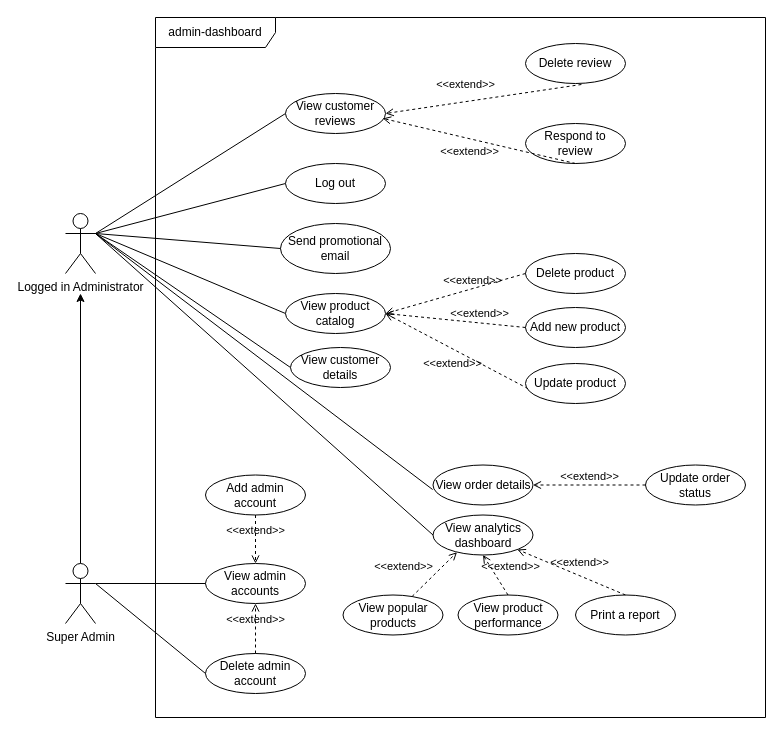
The draw.io diagram page "admin-dashboard" (2 of 2) of resources/diagrams/use-case.dio in steamysips/steamy-sips, before the edit. Source tidied: cells renumbered, new cells numbered last; positions are measured from the earlier drawing's top-left corner, leaving out a move shared by most shapes. Both pictures are drawn from the tidied source at 100%, with x=0, y=0 at pixel (65, 17).
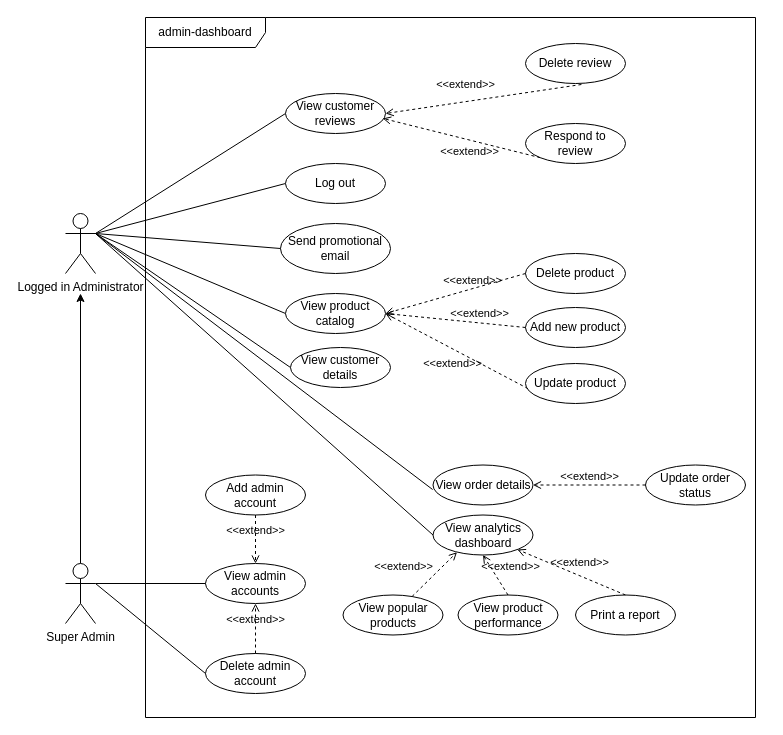
The same page after the edit.

The change refers to these unchanged cells:
```xml
<mxCell id="10" value="View customer reviews" style="ellipse;whiteSpace=wrap;html=1;align=center;" parent="1" vertex="1">
  <mxGeometry x="220" y="76" width="100" height="40" as="geometry" />
</mxCell>
<mxCell id="26" value="Respond to review" style="ellipse;whiteSpace=wrap;html=1;align=center;" parent="1" vertex="1">
  <mxGeometry x="460" y="106" width="100" height="40" as="geometry" />
</mxCell>
```

What changed in the source:
```diff
@@
     <mxCell id="9" value="admin-dashboard" style="shape=umlFrame;whiteSpace=wrap;html=1;width=120;height=30;" parent="1" vertex="1">
-      <mxGeometry x="90" width="610" height="700" as="geometry" />
+      <mxGeometry x="80" width="610" height="700" as="geometry" />
     </mxCell>
@@
-    <mxCell id="27" value="&amp;lt;&amp;lt;extend&amp;gt;&amp;gt;" style="html=1;verticalAlign=bottom;labelBackgroundColor=none;endArrow=open;endFill=0;dashed=1;exitX=0.5;exitY=1;exitDx=0;exitDy=0;entryX=0.973;entryY=0.623;entryDx=0;entryDy=0;entryPerimeter=0;" parent="1" edge="1" source="26" target="10">
-      <mxGeometry x="0.24" y="-43" relative="1" as="geometry" />
+    <mxCell id="27" value="&amp;lt;&amp;lt;extend&amp;gt;&amp;gt;" style="html=1;verticalAlign=bottom;labelBackgroundColor=none;endArrow=open;endFill=0;dashed=1;exitX=0;exitY=1;exitDx=0;exitDy=0;entryX=0.973;entryY=0.623;entryDx=0;entryDy=0;entryPerimeter=0;" parent="1" edge="1" source="26" target="10">
+      <mxGeometry x="0.09" y="-44" relative="1" as="geometry" />
     </mxCell>
```
